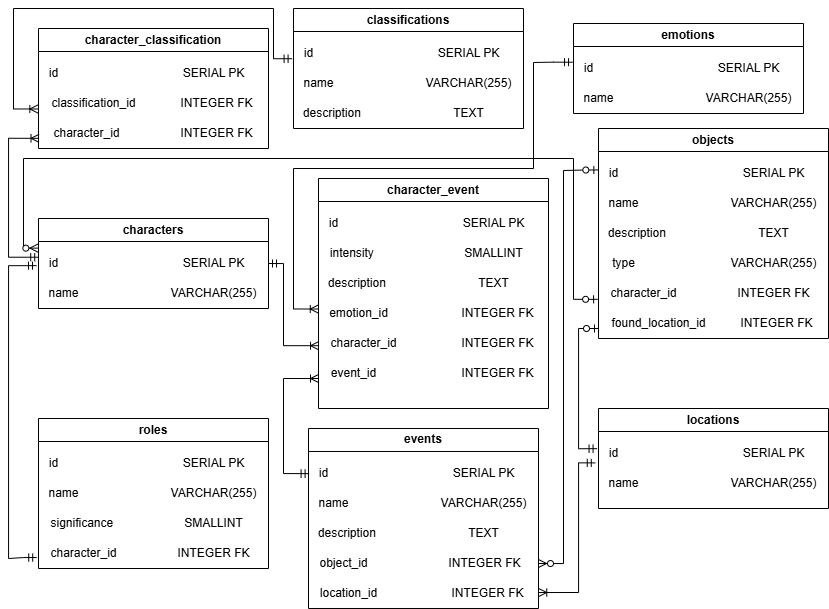
This is lab3/db.png from ArteMyasnik/db_laboratories, a draw.io export, as it was before one commit. Source tidied: cells renumbered, new cells last; positions are measured from the earlier drawing's top-left corner, leaving out a move shared by most shapes.
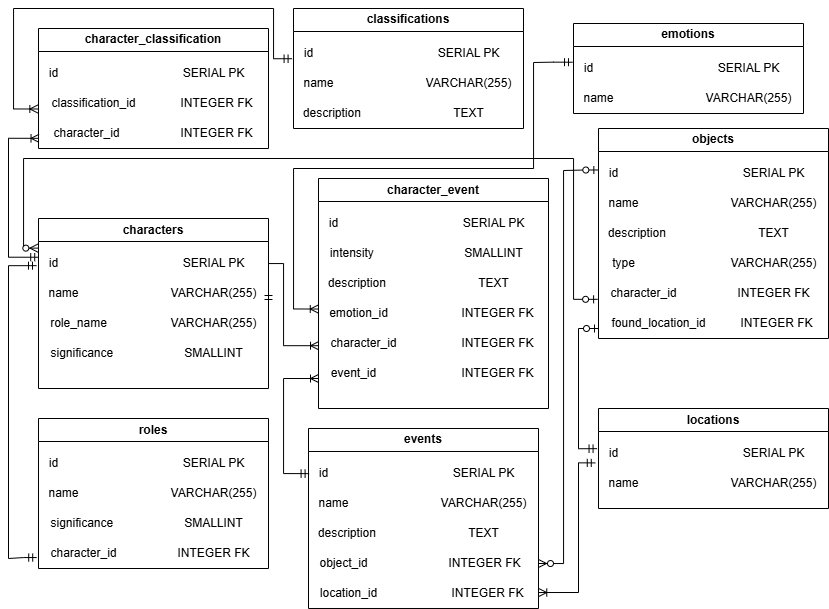
After the commit.

The edit, as a diff of the source:
```diff
@@ -40,7 +40,7 @@
       </mxGeometry>
     </mxCell>
     <mxCell id="7" value="characters" style="swimlane;whiteSpace=wrap;html=1;" parent="1" vertex="1">
-      <mxGeometry x="30" y="210" width="230" height="90" as="geometry" />
+      <mxGeometry x="30" y="210" width="230" height="170" as="geometry" />
     </mxCell>
     <mxCell id="8" value="id" style="text;html=1;align=center;verticalAlign=middle;points=[];strokeColor=none;fillColor=none;" parent="7" vertex="1">
       <mxGeometry y="30" width="30" height="30" as="geometry" />
@@ -54,6 +54,18 @@
     <mxCell id="11" value="VARCHAR(255)" style="text;html=1;align=center;verticalAlign=middle;strokeColor=none;fillColor=none;" parent="7" vertex="1">
       <mxGeometry x="120" y="60" width="110" height="30" as="geometry" />
     </mxCell>
+    <mxCell id="92" value="role_name" style="text;html=1;align=center;verticalAlign=middle;strokeColor=none;fillColor=none;" parent="7" vertex="1">
+      <mxGeometry y="90" width="80" height="30" as="geometry" />
+    </mxCell>
+    <mxCell id="93" value="VARCHAR(255)" style="text;html=1;align=center;verticalAlign=middle;strokeColor=none;fillColor=none;" parent="7" vertex="1">
+      <mxGeometry x="120" y="90" width="110" height="30" as="geometry" />
+    </mxCell>
+    <mxCell id="94" value="significance&amp;nbsp;" style="text;html=1;align=center;verticalAlign=middle;strokeColor=none;fillColor=none;" parent="7" vertex="1">
+      <mxGeometry y="120" width="90" height="30" as="geometry" />
+    </mxCell>
+    <mxCell id="95" value="SMALLINT" style="text;html=1;align=center;verticalAlign=middle;strokeColor=none;fillColor=none;" parent="7" vertex="1">
+      <mxGeometry x="135" y="120" width="80" height="30" as="geometry" />
+    </mxCell>
     <mxCell id="12" value="emotions" style="swimlane;whiteSpace=wrap;html=1;" parent="1" vertex="1">
       <mxGeometry x="565" y="15" width="230" height="90" as="geometry" />
     </mxCell>
```
